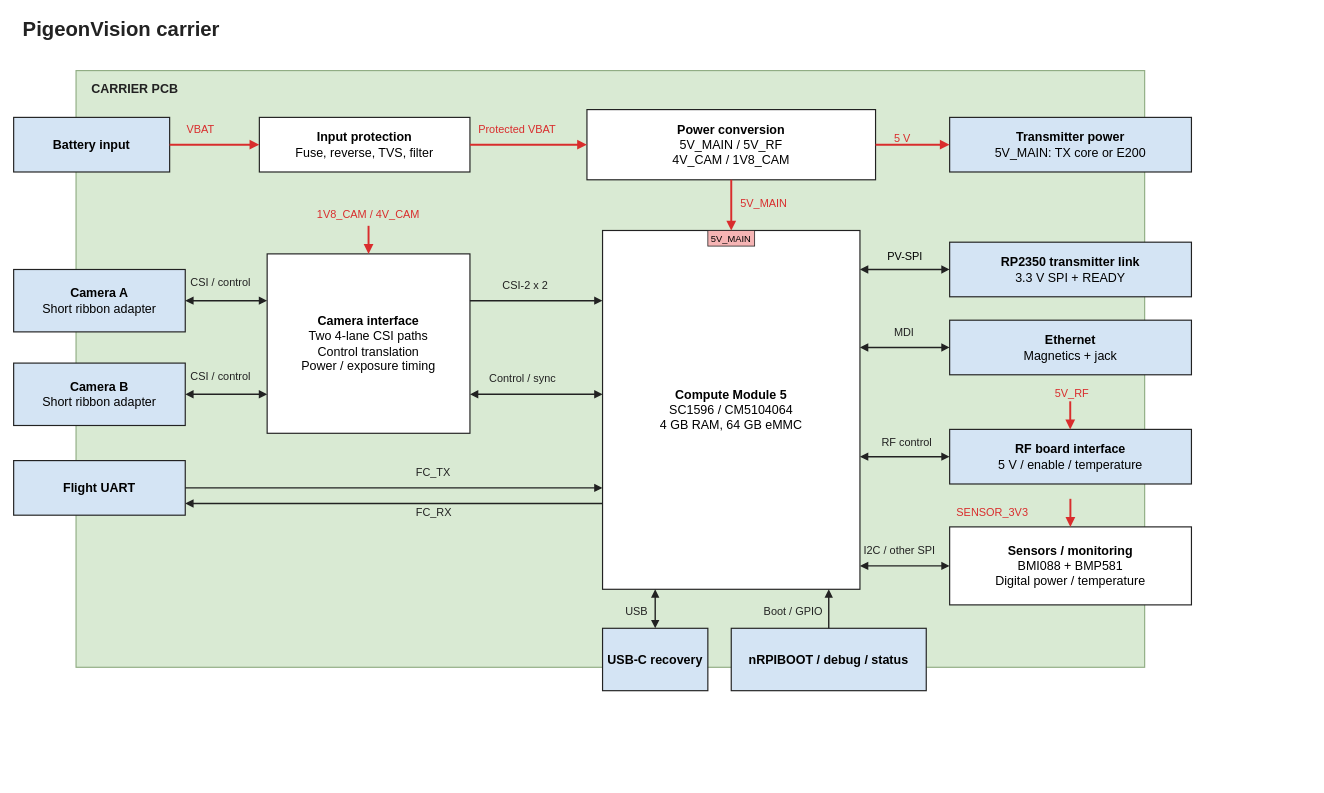
The draw.io diagram hardware/carrier/block-diagram.drawio in stanford-ssi/PigeonVision, before the edit. Source tidied: cells renumbered, new cells numbered last; positions are measured from the earlier drawing's top-left corner, leaving out a move shared by most shapes. Both pictures are drawn from the tidied source at 78%, with x=0, y=0 at pixel (13, 13).
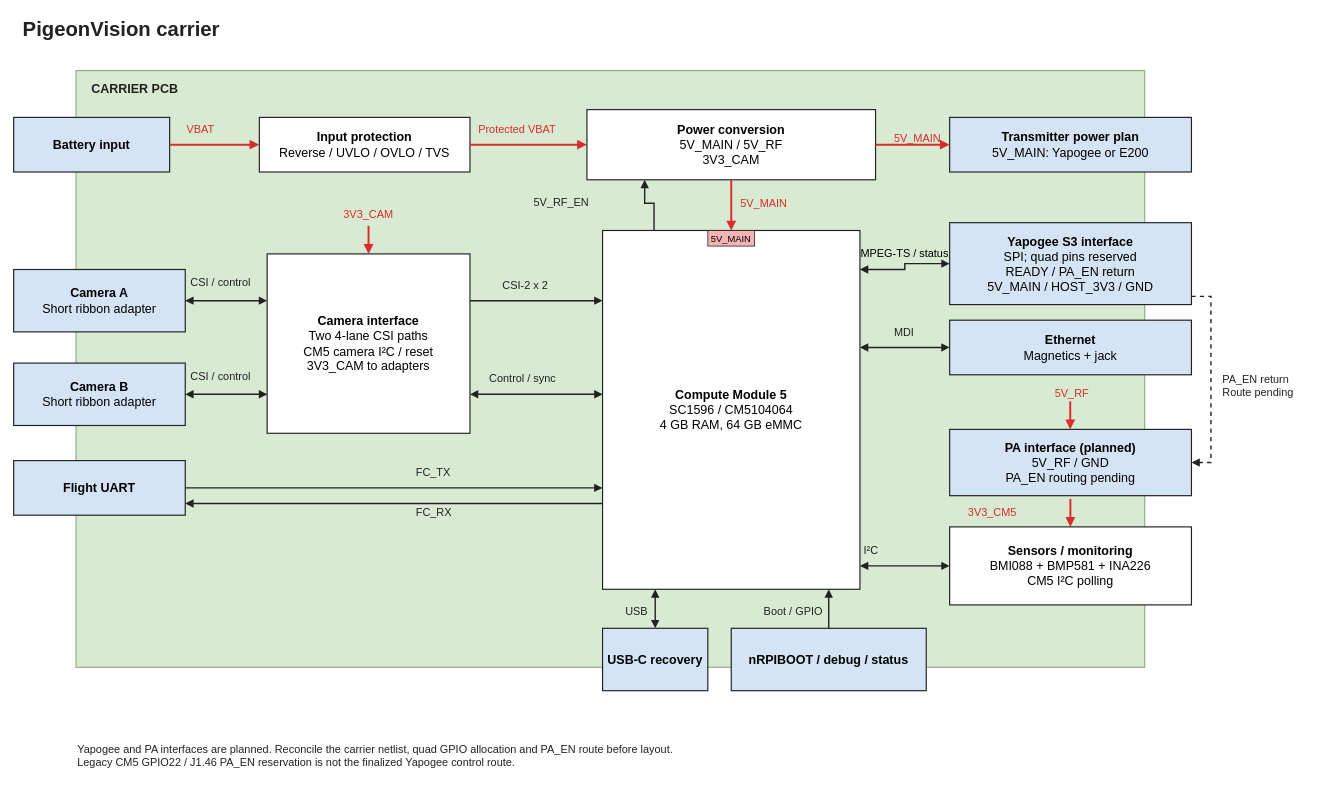
After the change.

Unchanged cells that the change refers to:
```xml
<mxCell id="19" value="&lt;b&gt;Compute Module 5&lt;/b&gt;&lt;br&gt;SC1596 / CM5104064&lt;br&gt;4 GB RAM, 64 GB eMMC" style="rounded=0;whiteSpace=wrap;html=1;fontFamily=Arial;fillColor=#ffffff;strokeColor=#222222;strokeWidth=1.5;align=center;verticalAlign=middle;fontSize=16;spacing=5;" parent="1" vertex="1">
  <mxGeometry x="755" y="278" width="330" height="460" as="geometry" />
</mxCell>
```

What changed in the source:
```diff
@@
-<mxGraphModel>
+<mxGraphModel background="#ffffff">
@@
-    <mxCell id="6" value="&lt;b&gt;Input protection&lt;/b&gt;&lt;br&gt;Fuse, reverse, TVS, filter" style="rounded=0;whiteSpace=wrap;html=1;fontFamily=Arial;fillColor=#ffffff;strokeColor=#222222;strokeWidth=1.5;align=center;verticalAlign=middle;fontSize=16;spacing=5;" parent="1" vertex="1">
+    <mxCell id="6" value="&lt;b&gt;Input protection&lt;/b&gt;&lt;br&gt;Reverse / UVLO / OVLO / TVS" style="rounded=0;whiteSpace=wrap;html=1;fontFamily=Arial;fillColor=#ffffff;strokeColor=#222222;strokeWidth=1.5;align=center;verticalAlign=middle;fontSize=16;spacing=5;" parent="1" vertex="1">
       <mxGeometry x="315" y="133" width="270" height="70" as="geometry" />
     </mxCell>
-    <mxCell id="7" value="&lt;b&gt;Power conversion&lt;/b&gt;&lt;br&gt;5V_MAIN / 5V_RF&lt;br&gt;4V_CAM / 1V8_CAM" style="rounded=0;whiteSpace=wrap;html=1;fontFamily=Arial;fillColor=#ffffff;strokeColor=#222222;strokeWidth=1.5;align=center;verticalAlign=middle;fontSize=16;spacing=5;" parent="1" vertex="1">
+    <mxCell id="7" value="&lt;b&gt;Power conversion&lt;/b&gt;&lt;br&gt;5V_MAIN / 5V_RF&lt;br&gt;3V3_CAM" style="rounded=0;whiteSpace=wrap;html=1;fontFamily=Arial;fillColor=#ffffff;strokeColor=#222222;strokeWidth=1.5;align=center;verticalAlign=middle;fontSize=16;spacing=5;" parent="1" vertex="1">
       <mxGeometry x="735" y="123" width="370" height="90" as="geometry" />
     </mxCell>
-    <mxCell id="8" value="&lt;b&gt;Transmitter power&lt;/b&gt;&lt;br&gt;5V_MAIN: TX core or E200" style="rounded=0;whiteSpace=wrap;html=1;fontFamily=Arial;fillColor=#d4e4f4;strokeColor=#222222;strokeWidth=1.5;align=center;verticalAlign=middle;fontSize=16;spacing=5;" parent="1" vertex="1">
+    <mxCell id="8" value="&lt;b&gt;Transmitter power plan&lt;/b&gt;&lt;br&gt;5V_MAIN: Yapogee or E200" style="rounded=0;whiteSpace=wrap;html=1;fontFamily=Arial;fillColor=#d4e4f4;strokeColor=#222222;strokeWidth=1.5;align=center;verticalAlign=middle;fontSize=16;spacing=5;" parent="1" vertex="1">
       <mxGeometry x="1200" y="133" width="310" height="70" as="geometry" />
     </mxCell>
@@
-    <mxCell id="14" value="5 V" style="text;html=0;align=left;verticalAlign=middle;fillColor=none;strokeColor=none;fontFamily=Arial;fontSize=14;fontColor=#d92d2d;fontStyle=0;" parent="1" vertex="1">
+    <mxCell id="14" value="5V_MAIN" style="text;html=0;align=left;verticalAlign=middle;fillColor=none;strokeColor=none;fontFamily=Arial;fontSize=14;fontColor=#d92d2d;fontStyle=0;" parent="1" vertex="1">
       <mxGeometry x="1127" y="148" width="80" height="22" as="geometry" />
     </mxCell>
@@
-    <mxCell id="17" value="&lt;b&gt;Camera interface&lt;/b&gt;&lt;br&gt;Two 4-lane CSI paths&lt;br&gt;Control translation&lt;br&gt;Power / exposure timing" style="rounded=0;whiteSpace=wrap;html=1;fontFamily=Arial;fillColor=#ffffff;strokeColor=#222222;strokeWidth=1.5;align=center;verticalAlign=middle;fontSize=16;spacing=5;" parent="1" vertex="1">
+    <mxCell id="17" value="&lt;b&gt;Camera interface&lt;/b&gt;&lt;br&gt;Two 4-lane CSI paths&lt;br&gt;CM5 camera I²C / reset&lt;br&gt;3V3_CAM to adapters" style="rounded=0;whiteSpace=wrap;html=1;fontFamily=Arial;fillColor=#ffffff;strokeColor=#222222;strokeWidth=1.5;align=center;verticalAlign=middle;fontSize=16;spacing=5;" parent="1" vertex="1">
       <mxGeometry x="325" y="308" width="260" height="230" as="geometry" />
     </mxCell>
@@
-    <mxCell id="22" value="1V8_CAM / 4V_CAM" style="text;html=0;align=center;verticalAlign=middle;fillColor=none;strokeColor=none;fontFamily=Arial;fontSize=14;fontColor=#d92d2d;fontStyle=0;" parent="1" vertex="1">
+    <mxCell id="22" value="3V3_CAM" style="text;html=0;align=center;verticalAlign=middle;fillColor=none;strokeColor=none;fontFamily=Arial;fontSize=14;fontColor=#d92d2d;fontStyle=0;" parent="1" vertex="1">
       <mxGeometry x="380" y="245" width="150" height="22" as="geometry" />
     </mxCell>
@@
-    <mxCell id="36" value="&lt;b&gt;RF board interface&lt;/b&gt;&lt;br&gt;5 V / enable / temperature" style="rounded=0;whiteSpace=wrap;html=1;fontFamily=Arial;fillColor=#d4e4f4;strokeColor=#222222;strokeWidth=1.5;align=center;verticalAlign=middle;fontSize=16;spacing=5;" parent="1" vertex="1">
-      <mxGeometry x="1200" y="533" width="310" height="70" as="geometry" />
+    <mxCell id="36" value="&lt;b&gt;PA interface (planned)&lt;/b&gt;&lt;br&gt;5V_RF / GND&lt;br&gt;PA_EN routing pending" style="rounded=0;whiteSpace=wrap;html=1;fontFamily=Arial;fillColor=#d4e4f4;strokeColor=#222222;strokeWidth=1.5;align=center;verticalAlign=middle;fontSize=16;spacing=5;" parent="1" vertex="1">
+      <mxGeometry x="1200" y="533" width="310" height="85" as="geometry" />
     </mxCell>
-    <mxCell id="37" style="edgeStyle=orthogonalEdgeStyle;jettySize=0;rounded=0;html=0;strokeColor=#222222;strokeWidth=1.8;endArrow=block;endFill=1;startArrow=block;startFill=1;entryX=0;entryY=0.5;entryPerimeter=0;exitX=1;exitY=0.6304347826086957;exitPerimeter=0;fontFamily=Arial;fontSize=14;" parent="1" edge="1" source="19" target="36">
-      <mxGeometry relative="1" as="geometry" />
+    <mxCell id="37" style="edgeStyle=orthogonalEdgeStyle;rounded=0;strokeColor=#222222;strokeWidth=1.8;endArrow=block;endFill=1;startArrow=none;exitX=0.2;exitY=0;exitPerimeter=0;entryX=0.2;entryY=1;entryPerimeter=0;jettySize=0;" parent="1" edge="1" source="19" target="7">
+      <mxGeometry relative="1" as="geometry">
+        <Array as="points">
+          <mxPoint x="821" y="243" />
+          <mxPoint x="809" y="243" />
+        </Array>
+      </mxGeometry>
     </mxCell>
-    <mxCell id="38" value="RF control" style="text;html=0;align=left;verticalAlign=middle;fillColor=none;strokeColor=none;fontFamily=Arial;fontSize=14;fontColor=#222222;fontStyle=0;" parent="1" vertex="1">
-      <mxGeometry x="1111" y="538" width="80" height="22" as="geometry" />
+    <mxCell id="38" value="5V_RF_EN" style="text;html=0;align=left;verticalAlign=middle;fillColor=none;strokeColor=none;fontFamily=Arial;fontSize=14;fontColor=#222222;fontStyle=0;" parent="1" vertex="1">
+      <mxGeometry x="665" y="230" width="140" height="22" as="geometry" />
     </mxCell>
@@
-    <mxCell id="44" value="&lt;b&gt;Sensors / monitoring&lt;/b&gt;&lt;br&gt;BMI088 + BMP581&lt;br&gt;Digital power / temperature" style="rounded=0;whiteSpace=wrap;html=1;fontFamily=Arial;fillColor=#ffffff;strokeColor=#222222;strokeWidth=1.5;align=center;verticalAlign=middle;fontSize=16;spacing=5;" parent="1" vertex="1">
+    <mxCell id="44" value="&lt;b&gt;Sensors / monitoring&lt;/b&gt;&lt;br&gt;BMI088 + BMP581 + INA226&lt;br&gt;CM5 I²C polling" style="rounded=0;whiteSpace=wrap;html=1;fontFamily=Arial;fillColor=#ffffff;strokeColor=#222222;strokeWidth=1.5;align=center;verticalAlign=middle;fontSize=16;spacing=5;" parent="1" vertex="1">
       <mxGeometry x="1200" y="658" width="310" height="100" as="geometry" />
     </mxCell>
@@
-    <mxCell id="46" value="SENSOR_3V3" style="text;html=0;align=center;verticalAlign=middle;fillColor=none;strokeColor=none;fontFamily=Arial;fontSize=14;fontColor=#d92d2d;fontStyle=0;" parent="1" vertex="1">
+    <mxCell id="46" value="3V3_CM5" style="text;html=0;align=center;verticalAlign=middle;fillColor=none;strokeColor=none;fontFamily=Arial;fontSize=14;fontColor=#d92d2d;fontStyle=0;" parent="1" vertex="1">
       <mxGeometry x="1180" y="628" width="150" height="22" as="geometry" />
     </mxCell>
@@
-    <mxCell id="48" value="I2C / other SPI" style="text;html=0;align=left;verticalAlign=middle;fillColor=none;strokeColor=none;fontFamily=Arial;fontSize=14;fontColor=#222222;fontStyle=0;" parent="1" vertex="1">
+    <mxCell id="48" value="I²C" style="text;html=0;align=left;verticalAlign=middle;fillColor=none;strokeColor=none;fontFamily=Arial;fontSize=14;fontColor=#222222;fontStyle=0;" parent="1" vertex="1">
       <mxGeometry x="1088" y="676" width="120" height="22" as="geometry" />
     </mxCell>
@@
-    <mxCell id="56" value="&lt;b&gt;RP2350 transmitter link&lt;/b&gt;&lt;br&gt;3.3 V SPI + READY" style="rounded=0;whiteSpace=wrap;html=1;fontFamily=Arial;fillColor=#d4e4f4;strokeColor=#222222;strokeWidth=1.5;align=center;verticalAlign=middle;fontSize=16;spacing=5;" parent="1" vertex="1">
-      <mxGeometry x="1200" y="293" width="310" height="70" as="geometry" />
+    <mxCell id="56" value="&lt;b&gt;Yapogee S3 interface&lt;/b&gt;&lt;br&gt;SPI; quad pins reserved&lt;br&gt;READY / PA_EN return&lt;br&gt;5V_MAIN / HOST_3V3 / GND" style="rounded=0;whiteSpace=wrap;html=1;fontFamily=Arial;fillColor=#d4e4f4;strokeColor=#222222;strokeWidth=1.5;align=center;verticalAlign=middle;fontSize=16;spacing=5;" parent="1" vertex="1">
+      <mxGeometry x="1200" y="268" width="310" height="105" as="geometry" />
     </mxCell>
-    <mxCell id="57" value="PV-SPI" style="edgeStyle=orthogonalEdgeStyle;rounded=0;strokeColor=#222222;strokeWidth=1.8;endArrow=block;startArrow=block;endFill=1;startFill=1;exitX=1;exitY=0.10869565217391304;exitPerimeter=0;entryX=0;entryY=0.5;entryPerimeter=0;jettySize=0;fontFamily=Arial;fontSize=14;labelBackgroundColor=none;" parent="1" edge="1" source="19" target="56">
+    <mxCell id="57" value="MPEG-TS / status" style="edgeStyle=orthogonalEdgeStyle;rounded=0;strokeColor=#222222;strokeWidth=1.8;endArrow=block;startArrow=block;endFill=1;startFill=1;exitX=1;exitY=0.10869565217391304;exitPerimeter=0;entryX=0;entryY=0.5;entryPerimeter=0;jettySize=0;fontFamily=Arial;fontSize=14;labelBackgroundColor=none;" parent="1" edge="1" source="19" target="56">
       <mxGeometry relative="1" as="geometry">
         <mxPoint y="-18" as="offset" />
       </mxGeometry>
     </mxCell>
+    <mxCell id="58" style="edgeStyle=orthogonalEdgeStyle;rounded=0;strokeColor=#222222;strokeWidth=1.8;dashed=1;endArrow=block;endFill=1;exitX=1;exitY=0.9;exitPerimeter=0;entryX=1;entryY=0.5;entryPerimeter=0;jettySize=0;" parent="1" edge="1" source="56" target="36">
+      <mxGeometry relative="1" as="geometry">
+        <Array as="points">
+          <mxPoint x="1535" y="362.5" />
+          <mxPoint x="1535" y="575.5" />
+        </Array>
+      </mxGeometry>
+    </mxCell>
+    <mxCell id="59" value="PA_EN return&#10;Route pending" style="text;html=0;align=left;verticalAlign=middle;fillColor=none;strokeColor=none;fontFamily=Arial;fontSize=14;fontColor=#222222;whiteSpace=wrap;" parent="1" vertex="1">
+      <mxGeometry x="1548" y="453" width="115" height="48" as="geometry" />
+    </mxCell>
+    <mxCell id="60" value="Yapogee and PA interfaces are planned. Reconcile the carrier netlist, quad GPIO allocation and PA_EN route before layout.&#10;Legacy CM5 GPIO22 / J1.46 PA_EN reservation is not the finalized Yapogee control route." style="text;html=0;align=left;verticalAlign=middle;fillColor=none;strokeColor=none;fontFamily=Arial;fontSize=14;fontColor=#222222;whiteSpace=wrap;" parent="1" vertex="1">
+      <mxGeometry x="80" y="918" width="1450" height="65" as="geometry" />
+    </mxCell>
```
